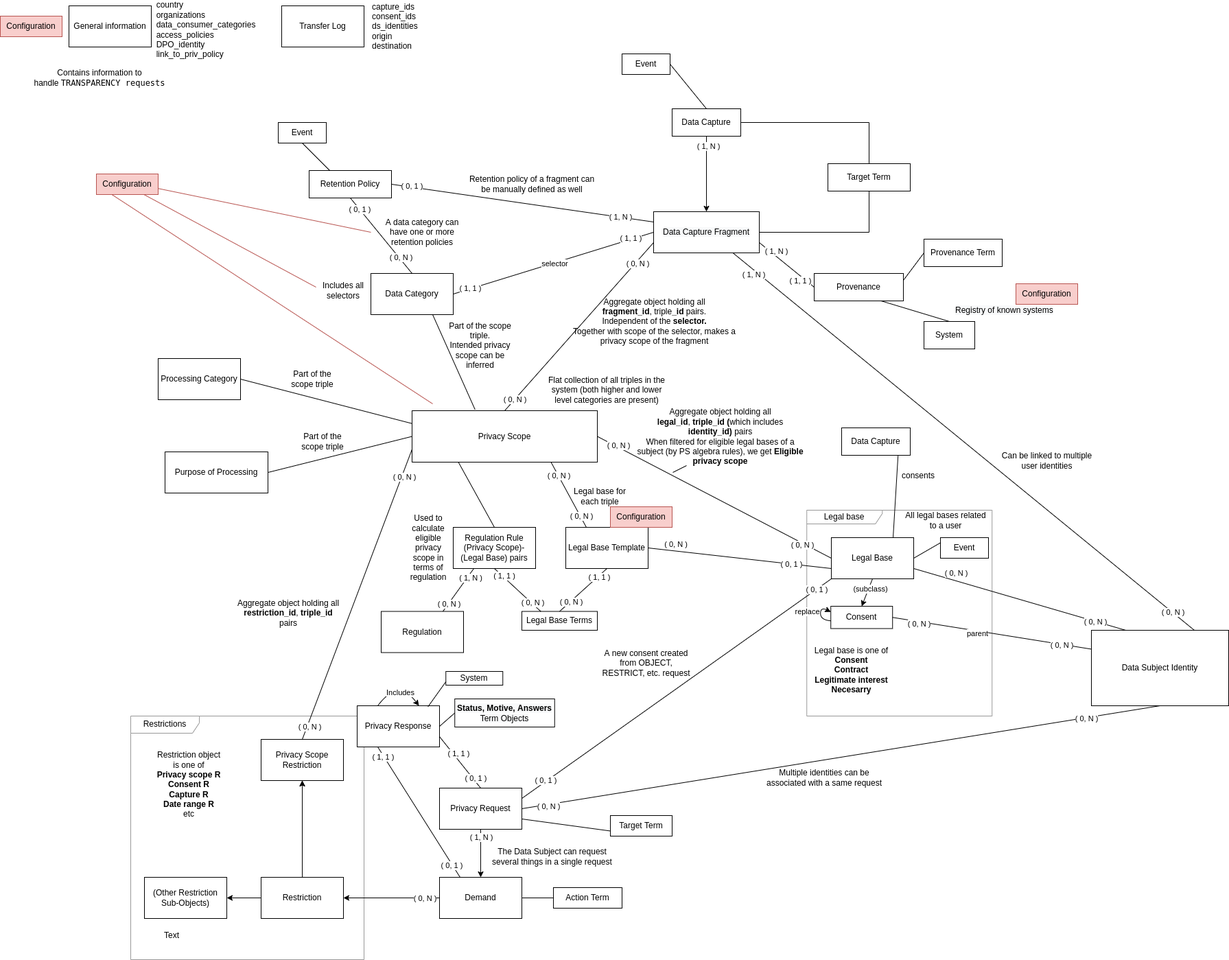
Earlier version of the draw.io export specifications/model/img/devkit_model.png (blindnet-io/product-management). Source tidied: cells renumbered, new cells last; positions are measured from the earlier drawing's top-left corner, leaving out a move shared by most shapes.
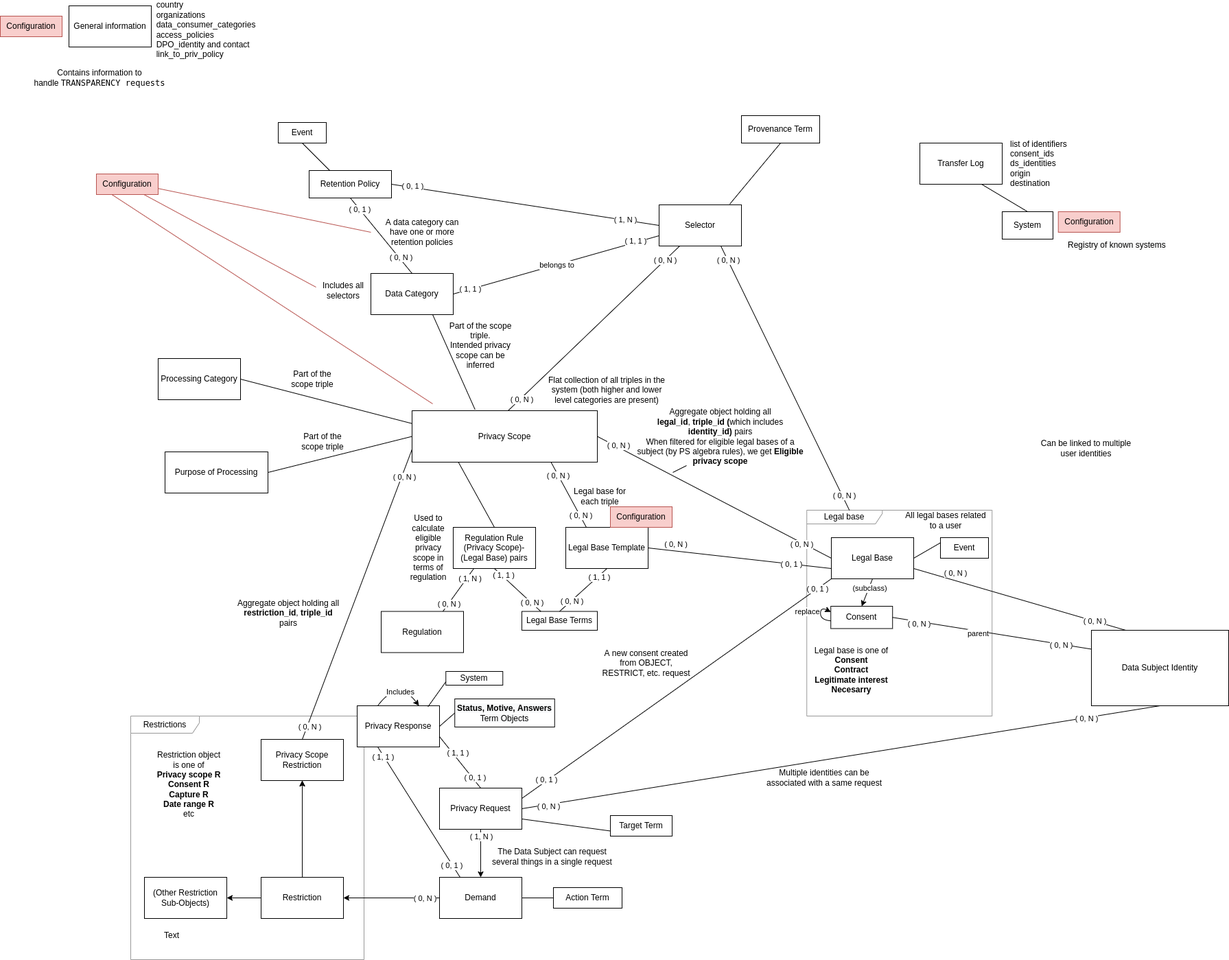
Later version of the same file.

Commit message:
Update devkit model

The edit, as a diff of the source:
```diff
@@ -10,58 +10,6 @@
     </mxCell>
-    <mxCell id="4" style="edgeStyle=orthogonalEdgeStyle;rounded=0;jettySize=auto;html=1;" parent="1" edge="1" source="6" target="7">
-      <mxGeometry relative="1" as="geometry" />
-    </mxCell>
-    <mxCell id="5" value="( 1, N )" style="edgeLabel;html=1;align=center;verticalAlign=middle;" parent="4" vertex="1">
-      <mxGeometry x="-0.73" y="2" relative="1" as="geometry" />
-    </mxCell>
-    <mxCell id="6" value="Data Capture" style="rounded=0;whiteSpace=wrap;html=1;" parent="1" vertex="1">
-      <mxGeometry x="979" y="150" width="100" height="40" as="geometry" />
-    </mxCell>
-    <mxCell id="7" value="&lt;span style=&quot;color: rgb(0, 0, 0); font-family: Helvetica; font-size: 12px; font-style: normal; font-variant-ligatures: normal; font-variant-caps: normal; font-weight: 400; letter-spacing: normal; orphans: 2; text-align: center; text-indent: 0px; text-transform: none; widows: 2; word-spacing: 0px; -webkit-text-stroke-width: 0px; background-color: rgb(248, 249, 250); text-decoration-thickness: initial; text-decoration-style: initial; text-decoration-color: initial; float: none; display: inline !important;&quot;&gt;Data Capture Fragment&lt;/span&gt;" style="rounded=0;whiteSpace=wrap;html=1;" parent="1" vertex="1">
-      <mxGeometry x="952" y="300" width="154" height="60" as="geometry" />
-    </mxCell>
-    <mxCell id="8" value="Target Term" style="rounded=0;whiteSpace=wrap;html=1;" parent="1" vertex="1">
-      <mxGeometry x="1206" y="230" width="120" height="40" as="geometry" />
-    </mxCell>
-    <mxCell id="9" value="Event" style="rounded=0;whiteSpace=wrap;html=1;" parent="1" vertex="1">
-      <mxGeometry x="906" y="70" width="70" height="30" as="geometry" />
-    </mxCell>
-    <mxCell id="10" style="endArrow=none;html=1;rounded=0;exitX=1;exitY=0.5;exitDx=0;exitDy=0;entryX=0.5;entryY=0;entryDx=0;entryDy=0;" parent="1" edge="1" source="6" target="8">
-      <mxGeometry relative="1" as="geometry">
-        <Array as="points">
-          <mxPoint x="1266" y="170" />
-        </Array>
-      </mxGeometry>
-    </mxCell>
-    <mxCell id="11" style="endArrow=none;html=1;rounded=0;entryX=0.5;entryY=1;entryDx=0;entryDy=0;" parent="1" edge="1" target="8">
-      <mxGeometry relative="1" as="geometry">
-        <mxPoint x="1106" y="330" as="sourcePoint" />
-        <Array as="points">
-          <mxPoint x="1266" y="330" />
-        </Array>
-      </mxGeometry>
-    </mxCell>
-    <mxCell id="12" style="endArrow=none;html=1;rounded=0;entryX=0.5;entryY=0;entryDx=0;entryDy=0;exitX=1;exitY=0.5;exitDx=0;exitDy=0;" parent="1" edge="1" source="9" target="6">
-      <mxGeometry relative="1" as="geometry" />
-    </mxCell>
-    <mxCell id="13" value="Provenance" style="rounded=0;whiteSpace=wrap;html=1;" parent="1" vertex="1">
-      <mxGeometry x="1186" y="390" width="130" height="40" as="geometry" />
-    </mxCell>
-    <mxCell id="14" style="endArrow=none;html=1;rounded=0;entryX=1;entryY=0.75;entryDx=0;entryDy=0;exitX=0;exitY=0.5;exitDx=0;exitDy=0;" parent="1" edge="1" source="13" target="7">
-      <mxGeometry relative="1" as="geometry" />
-    </mxCell>
-    <mxCell id="15" value="( 1, 1 )" style="edgeLabel;html=1;align=center;verticalAlign=middle;" parent="14" vertex="1">
-      <mxGeometry x="-0.65" relative="1" as="geometry">
-        <mxPoint x="-7" y="2" as="offset" />
-      </mxGeometry>
-    </mxCell>
-    <mxCell id="16" value="( 1, N )" style="edgeLabel;html=1;align=center;verticalAlign=middle;" parent="14" vertex="1">
-      <mxGeometry x="0.66" y="1" relative="1" as="geometry">
-        <mxPoint x="11" as="offset" />
-      </mxGeometry>
-    </mxCell>
     <mxCell id="17" value="System" style="rounded=0;whiteSpace=wrap;html=1;" parent="1" vertex="1">
-      <mxGeometry x="1346" y="460" width="74" height="40" as="geometry" />
+      <mxGeometry x="1460" y="300" width="74" height="40" as="geometry" />
     </mxCell>
-    <mxCell id="18" style="endArrow=none;html=1;rounded=0;entryX=0.75;entryY=1;entryDx=0;entryDy=0;exitX=0.5;exitY=0;exitDx=0;exitDy=0;" parent="1" edge="1" source="17" target="13">
+    <mxCell id="18" style="endArrow=none;html=1;rounded=0;entryX=0.75;entryY=1;entryDx=0;entryDy=0;exitX=0.5;exitY=0;exitDx=0;exitDy=0;" parent="1" edge="1" source="17" target="143">
       <mxGeometry relative="1" as="geometry" />
@@ -71,13 +19,2 @@
     </mxCell>
-    <mxCell id="20" style="endArrow=none;html=1;rounded=0;entryX=0.75;entryY=1;entryDx=0;entryDy=0;exitX=0.75;exitY=0;exitDx=0;exitDy=0;" parent="1" edge="1" source="19" target="7">
-      <mxGeometry relative="1" as="geometry" />
-    </mxCell>
-    <mxCell id="21" value="( 0, N )" style="edgeLabel;html=1;align=center;verticalAlign=middle;" parent="20" vertex="1">
-      <mxGeometry x="-0.9" y="-1" relative="1" as="geometry" />
-    </mxCell>
-    <mxCell id="22" value="( 1, N )" style="edgeLabel;html=1;align=center;verticalAlign=middle;" parent="20" vertex="1">
-      <mxGeometry x="0.95" y="-1" relative="1" as="geometry">
-        <mxPoint x="11" y="17" as="offset" />
-      </mxGeometry>
-    </mxCell>
     <mxCell id="23" value="Privacy Response" style="rounded=0;whiteSpace=wrap;html=1;" parent="1" vertex="1">
@@ -166,6 +103,6 @@
     </mxCell>
-    <mxCell id="49" style="endArrow=none;html=1;rounded=0;entryX=0;entryY=0.5;entryDx=0;entryDy=0;exitX=1;exitY=0.5;exitDx=0;exitDy=0;" parent="1" edge="1" source="48" target="7">
+    <mxCell id="49" style="endArrow=none;html=1;rounded=0;entryX=0;entryY=0.75;entryDx=0;entryDy=0;exitX=1;exitY=0.5;exitDx=0;exitDy=0;" parent="1" edge="1" source="48" target="165">
       <mxGeometry relative="1" as="geometry" />
     </mxCell>
-    <mxCell id="50" value="selector" style="edgeLabel;html=1;align=center;verticalAlign=middle;" parent="49" vertex="1">
+    <mxCell id="50" value="belongs to" style="edgeLabel;html=1;align=center;verticalAlign=middle;" parent="49" vertex="1">
       <mxGeometry x="-0.07" y="3" relative="1" as="geometry">
@@ -206,18 +143,3 @@
     </mxCell>
-    <mxCell id="61" style="endArrow=none;html=1;rounded=0;entryX=0;entryY=0.75;entryDx=0;entryDy=0;exitX=0.5;exitY=0;exitDx=0;exitDy=0;" parent="1" edge="1" source="44" target="7">
-      <mxGeometry relative="1" as="geometry" />
-    </mxCell>
-    <mxCell id="62" value="( 0, N )" style="edgeLabel;html=1;align=center;verticalAlign=middle;" parent="61" vertex="1">
-      <mxGeometry x="0.77" y="-2" relative="1" as="geometry" />
-    </mxCell>
-    <mxCell id="63" value="( 0, N )" style="edgeLabel;html=1;align=center;verticalAlign=middle;" parent="61" vertex="1">
-      <mxGeometry x="-0.87" y="1" relative="1" as="geometry" />
-    </mxCell>
-    <mxCell id="64" value="&lt;span style=&quot;color: rgba(0, 0, 0, 0); font-family: monospace; font-size: 0px; text-align: start; background-color: rgb(248, 249, 250);&quot;&gt;%3CmxGraphModel%3E%3Croot%3E%3CmxCell%20id%3D%220%22%2F%3E%3CmxCell%20id%3D%221%22%20parent%3D%220%22%2F%3E%3CmxCell%20id%3D%222%22%20value%3D%22Aggregate%20object%20holding%20all%26lt%3Bbr%26gt%3B%26lt%3Bb%26gt%3Bfragment_id%26lt%3B%2Fb%26gt%3B%2C%20triple%26lt%3Bb%26gt%3B_id%26lt%3B%2Fb%26gt%3B%26amp%3Bnbsp%3Bpairs%26lt%3Bbr%26gt%3BIt's%20a%20privacy%20scope%20of%20the%20fragment%22%20style%3D%22text%3Bhtml%3D1%3BstrokeColor%3Dnone%3BfillColor%3Dnone%3Balign%3Dcenter%3BverticalAlign%3Dmiddle%3BwhiteSpace%3Dwrap%3Brounded%3D0%3B%22%20vertex%3D%221%22%20parent%3D%221%22%3E%3CmxGeometry%20x%3D%22780%22%20y%3D%22480%22%20width%3D%22251%22%20height%3D%2240%22%20as%3D%22geometry%22%2F%3E%3C%2FmxCell%3E%3C%2Froot%3E%3C%2FmxGraphModel%3E&lt;/span&gt;" style="edgeLabel;html=1;align=center;verticalAlign=middle;" parent="61" vertex="1">
-      <mxGeometry x="0.08" relative="1" as="geometry" />
-    </mxCell>
-    <mxCell id="65" value="&lt;span style=&quot;color: rgba(0, 0, 0, 0); font-family: monospace; font-size: 0px; text-align: start; background-color: rgb(248, 249, 250);&quot;&gt;%3CmxGraphModel%3E%3Croot%3E%3CmxCell%20id%3D%220%22%2F%3E%3CmxCell%20id%3D%221%22%20parent%3D%220%22%2F%3E%3CmxCell%20id%3D%222%22%20value%3D%22Aggregate%20object%20holding%20all%26lt%3Bbr%26gt%3B%26lt%3Bb%26gt%3Bfragment_id%26lt%3B%2Fb%26gt%3B%2C%20triple%26lt%3Bb%26gt%3B_id%26lt%3B%2Fb%26gt%3B%26amp%3Bnbsp%3Bpairs%26lt%3Bbr%26gt%3BIt's%20a%20privacy%20scope%20of%20the%20fragment%22%20style%3D%22text%3Bhtml%3D1%3BstrokeColor%3Dnone%3BfillColor%3Dnone%3Balign%3Dcenter%3BverticalAlign%3Dmiddle%3BwhiteSpace%3Dwrap%3Brounded%3D0%3B%22%20vertex%3D%221%22%20parent%3D%221%22%3E%3CmxGeometry%20x%3D%22858%22%20y%3D%22490%22%20width%3D%22251%22%20height%3D%2240%22%20as%3D%22geometry%22%2F%3E%3C%2FmxCell%3E%3C%2Froot%3E%3C%2FmxGraphModel%3E&lt;/span&gt;" style="edgeLabel;html=1;align=center;verticalAlign=middle;" parent="61" vertex="1">
-      <mxGeometry x="0.07" y="2" relative="1" as="geometry" />
-    </mxCell>
-    <mxCell id="66" style="endArrow=none;html=1;rounded=0;exitX=1;exitY=0.5;exitDx=0;exitDy=0;entryX=0;entryY=0.25;entryDx=0;entryDy=0;" parent="1" edge="1" source="128" target="7">
+    <mxCell id="66" style="endArrow=none;html=1;rounded=0;exitX=1;exitY=0.5;exitDx=0;exitDy=0;entryX=0;entryY=0.5;entryDx=0;entryDy=0;" parent="1" edge="1" source="128" target="165">
       <mxGeometry relative="1" as="geometry" />
@@ -430,5 +352,2 @@
     </mxCell>
-    <mxCell id="127" value="Aggregate object holding all&lt;br&gt;&lt;b&gt;fragment_id&lt;/b&gt;, triple&lt;b&gt;_id&lt;/b&gt;&amp;nbsp;pairs.&lt;br&gt;Independent of the&amp;nbsp;&lt;b&gt;selector.&lt;/b&gt;&lt;br&gt;Together with scope of the selector, makes a privacy scope of the fragment" style="text;html=1;strokeColor=none;fillColor=none;align=center;verticalAlign=middle;whiteSpace=wrap;rounded=0;" parent="1" vertex="1">
-      <mxGeometry x="828" y="440" width="251" height="40" as="geometry" />
-    </mxCell>
     <mxCell id="128" value="Retention Policy" style="rounded=0;whiteSpace=wrap;html=1;" parent="1" vertex="1">
@@ -451,5 +370,2 @@
     </mxCell>
-    <mxCell id="134" value="Retention policy of a fragment can be manually defined as well" style="text;html=1;strokeColor=none;fillColor=none;align=center;verticalAlign=middle;whiteSpace=wrap;rounded=0;" parent="1" vertex="1">
-      <mxGeometry x="680" y="245" width="190" height="30" as="geometry" />
-    </mxCell>
     <mxCell id="135" value="Part of the scope triple.&lt;br&gt;Intended privacy scope can be inferred" style="text;html=1;strokeColor=none;fillColor=none;align=center;verticalAlign=middle;whiteSpace=wrap;rounded=0;" parent="1" vertex="1">
@@ -464,8 +380,8 @@
     <mxCell id="138" value="&lt;span style=&quot;color: rgb(0, 0, 0); font-family: Helvetica; font-size: 12px; font-style: normal; font-variant-ligatures: normal; font-variant-caps: normal; font-weight: 400; letter-spacing: normal; orphans: 2; text-align: center; text-indent: 0px; text-transform: none; widows: 2; word-spacing: 0px; -webkit-text-stroke-width: 0px; background-color: rgb(248, 249, 250); text-decoration-thickness: initial; text-decoration-style: initial; text-decoration-color: initial; float: none; display: inline !important;&quot;&gt;Registry of known systems&lt;/span&gt;" style="text;whiteSpace=wrap;html=1;" parent="1" vertex="1">
-      <mxGeometry x="1390" y="430" width="170" height="30" as="geometry" />
+      <mxGeometry x="1554" y="335" width="170" height="30" as="geometry" />
     </mxCell>
     <mxCell id="139" value="Provenance Term" style="rounded=0;whiteSpace=wrap;html=1;" parent="1" vertex="1">
-      <mxGeometry x="1346" y="340" width="114" height="40" as="geometry" />
+      <mxGeometry x="1080" y="160" width="114" height="40" as="geometry" />
     </mxCell>
-    <mxCell id="140" style="endArrow=none;html=1;rounded=0;entryX=0;entryY=0.5;entryDx=0;entryDy=0;exitX=1;exitY=0.25;exitDx=0;exitDy=0;" parent="1" edge="1" source="13" target="139">
+    <mxCell id="140" style="endArrow=none;html=1;rounded=0;exitX=0.858;exitY=-0.017;exitDx=0;exitDy=0;exitPerimeter=0;entryX=0.5;entryY=1;entryDx=0;entryDy=0;" parent="1" edge="1" source="165" target="139">
       <mxGeometry relative="1" as="geometry" />
@@ -473,3 +389,3 @@
     <mxCell id="141" value="Can be linked to multiple user identities" style="text;html=1;strokeColor=none;fillColor=none;align=center;verticalAlign=middle;whiteSpace=wrap;rounded=0;" parent="1" vertex="1">
-      <mxGeometry x="1456.5" y="647.5" width="137" height="30" as="geometry" />
+      <mxGeometry x="1513.8" y="630" width="137" height="30" as="geometry" />
     </mxCell>
@@ -479,6 +395,6 @@
     <mxCell id="143" value="Transfer Log" style="rounded=0;whiteSpace=wrap;html=1;strokeColor=default;fillColor=default;gradientColor=none;" parent="1" vertex="1">
-      <mxGeometry x="410" width="120" height="60" as="geometry" />
+      <mxGeometry x="1340" y="200" width="120" height="60" as="geometry" />
     </mxCell>
-    <mxCell id="144" value="capture_ids&lt;br&gt;consent_ids&lt;br&gt;ds_identities&lt;br&gt;origin&lt;br&gt;destination" style="text;html=1;strokeColor=none;fillColor=none;align=left;verticalAlign=middle;whiteSpace=wrap;rounded=0;" parent="1" vertex="1">
-      <mxGeometry x="540" y="15" width="60" height="30" as="geometry" />
+    <mxCell id="144" value="&lt;span style=&quot;text-align: center;&quot;&gt;list of identifiers&lt;/span&gt;&lt;br&gt;consent_ids&lt;br&gt;ds_identities&lt;br&gt;origin&lt;br&gt;destination" style="text;html=1;strokeColor=none;fillColor=none;align=left;verticalAlign=middle;whiteSpace=wrap;rounded=0;" parent="1" vertex="1">
+      <mxGeometry x="1470" y="215" width="94" height="30" as="geometry" />
     </mxCell>
@@ -487,3 +403,3 @@
     </mxCell>
-    <mxCell id="146" value="&lt;div style=&quot;text-align: left;&quot;&gt;&lt;span style=&quot;background-color: initial;&quot;&gt;country&lt;/span&gt;&lt;/div&gt;&lt;div style=&quot;text-align: left;&quot;&gt;&lt;span style=&quot;background-color: initial;&quot;&gt;organizations&lt;/span&gt;&lt;/div&gt;&lt;div style=&quot;text-align: left;&quot;&gt;&lt;span style=&quot;background-color: initial;&quot;&gt;data_consumer_categories&lt;/span&gt;&lt;/div&gt;&lt;div style=&quot;text-align: left;&quot;&gt;&lt;span style=&quot;background-color: initial;&quot;&gt;access_policies&lt;/span&gt;&lt;/div&gt;&lt;div style=&quot;text-align: left;&quot;&gt;&lt;span style=&quot;background-color: initial;&quot;&gt;DPO_identity&lt;/span&gt;&lt;/div&gt;&lt;div style=&quot;text-align: left;&quot;&gt;&lt;span style=&quot;background-color: initial;&quot;&gt;link_to_priv_policy&lt;/span&gt;&lt;/div&gt;" style="text;html=1;strokeColor=none;fillColor=none;align=center;verticalAlign=middle;whiteSpace=wrap;rounded=0;" parent="1" vertex="1">
+    <mxCell id="146" value="&lt;div style=&quot;text-align: left;&quot;&gt;&lt;span style=&quot;background-color: initial;&quot;&gt;country&lt;/span&gt;&lt;/div&gt;&lt;div style=&quot;text-align: left;&quot;&gt;&lt;span style=&quot;background-color: initial;&quot;&gt;organizations&lt;/span&gt;&lt;/div&gt;&lt;div style=&quot;text-align: left;&quot;&gt;&lt;span style=&quot;background-color: initial;&quot;&gt;data_consumer_categories&lt;/span&gt;&lt;/div&gt;&lt;div style=&quot;text-align: left;&quot;&gt;&lt;span style=&quot;background-color: initial;&quot;&gt;access_policies&lt;/span&gt;&lt;/div&gt;&lt;div style=&quot;text-align: left;&quot;&gt;&lt;span style=&quot;background-color: initial;&quot;&gt;DPO_identity and contact&lt;/span&gt;&lt;/div&gt;&lt;div style=&quot;text-align: left;&quot;&gt;&lt;span style=&quot;background-color: initial;&quot;&gt;link_to_priv_policy&lt;/span&gt;&lt;/div&gt;" style="text;html=1;strokeColor=none;fillColor=none;align=center;verticalAlign=middle;whiteSpace=wrap;rounded=0;" parent="1" vertex="1">
       <mxGeometry x="270" y="20" width="60" height="30" as="geometry" />
@@ -516,3 +432,3 @@
     <mxCell id="153" value="Configuration" style="text;html=1;strokeColor=#b85450;fillColor=#f8cecc;align=center;verticalAlign=middle;whiteSpace=wrap;rounded=0;" parent="1" vertex="1">
-      <mxGeometry x="1480" y="405" width="90" height="30" as="geometry" />
+      <mxGeometry x="1541.7" y="300" width="90" height="30" as="geometry" />
     </mxCell>
@@ -527,11 +443,2 @@
     </mxCell>
-    <mxCell id="157" style="endArrow=none;html=1;rounded=0;exitX=0.75;exitY=0;exitDx=0;exitDy=0;entryX=0.823;entryY=0.975;entryDx=0;entryDy=0;entryPerimeter=0;" parent="1" edge="1" source="69" target="158">
-      <mxGeometry relative="1" as="geometry" />
-    </mxCell>
-    <mxCell id="158" value="Data Capture" style="rounded=0;whiteSpace=wrap;html=1;" parent="1" vertex="1">
-      <mxGeometry x="1226" y="615" width="100" height="40" as="geometry" />
-    </mxCell>
-    <mxCell id="159" value="consents" style="text;html=1;strokeColor=none;fillColor=none;align=center;verticalAlign=middle;whiteSpace=wrap;rounded=0;" parent="1" vertex="1">
-      <mxGeometry x="1307.7" y="670" width="60" height="30" as="geometry" />
-    </mxCell>
     <mxCell id="160" value="Used to calculate eligible privacy scope in terms of regulation" style="text;html=1;strokeColor=none;fillColor=none;align=center;verticalAlign=middle;whiteSpace=wrap;rounded=0;" parent="1" vertex="1">
@@ -553,2 +460,25 @@
     </mxCell>
+    <mxCell id="165" value="Selector" style="rounded=0;whiteSpace=wrap;html=1;" parent="1" vertex="1">
+      <mxGeometry x="960" y="290" width="120" height="60" as="geometry" />
+    </mxCell>
+    <mxCell id="166" style="endArrow=none;html=1;rounded=0;entryX=0.25;entryY=1;entryDx=0;entryDy=0;" parent="1" edge="1" target="165">
+      <mxGeometry relative="1" as="geometry">
+        <mxPoint x="740" y="590" as="sourcePoint" />
+      </mxGeometry>
+    </mxCell>
+    <mxCell id="167" value="( 0, N )" style="edgeLabel;html=1;align=center;verticalAlign=middle;" parent="166" vertex="1">
+      <mxGeometry x="0.83" relative="1" as="geometry" />
+    </mxCell>
+    <mxCell id="168" value="( 0, N )" style="edgeLabel;html=1;align=center;verticalAlign=middle;" parent="166" vertex="1">
+      <mxGeometry x="-0.86" y="-1" relative="1" as="geometry" />
+    </mxCell>
+    <mxCell id="169" style="endArrow=none;html=1;rounded=0;entryX=0.75;entryY=1;entryDx=0;entryDy=0;" parent="1" edge="1" source="2" target="165">
+      <mxGeometry relative="1" as="geometry" />
+    </mxCell>
+    <mxCell id="170" value="( 0, N )" style="edgeLabel;html=1;align=center;verticalAlign=middle;" parent="169" vertex="1">
+      <mxGeometry x="0.9" relative="1" as="geometry" />
+    </mxCell>
+    <mxCell id="171" value="( 0, N )" style="edgeLabel;html=1;align=center;verticalAlign=middle;" parent="169" vertex="1">
+      <mxGeometry x="-0.89" y="-2" relative="1" as="geometry" />
+    </mxCell>
   </root>
```
